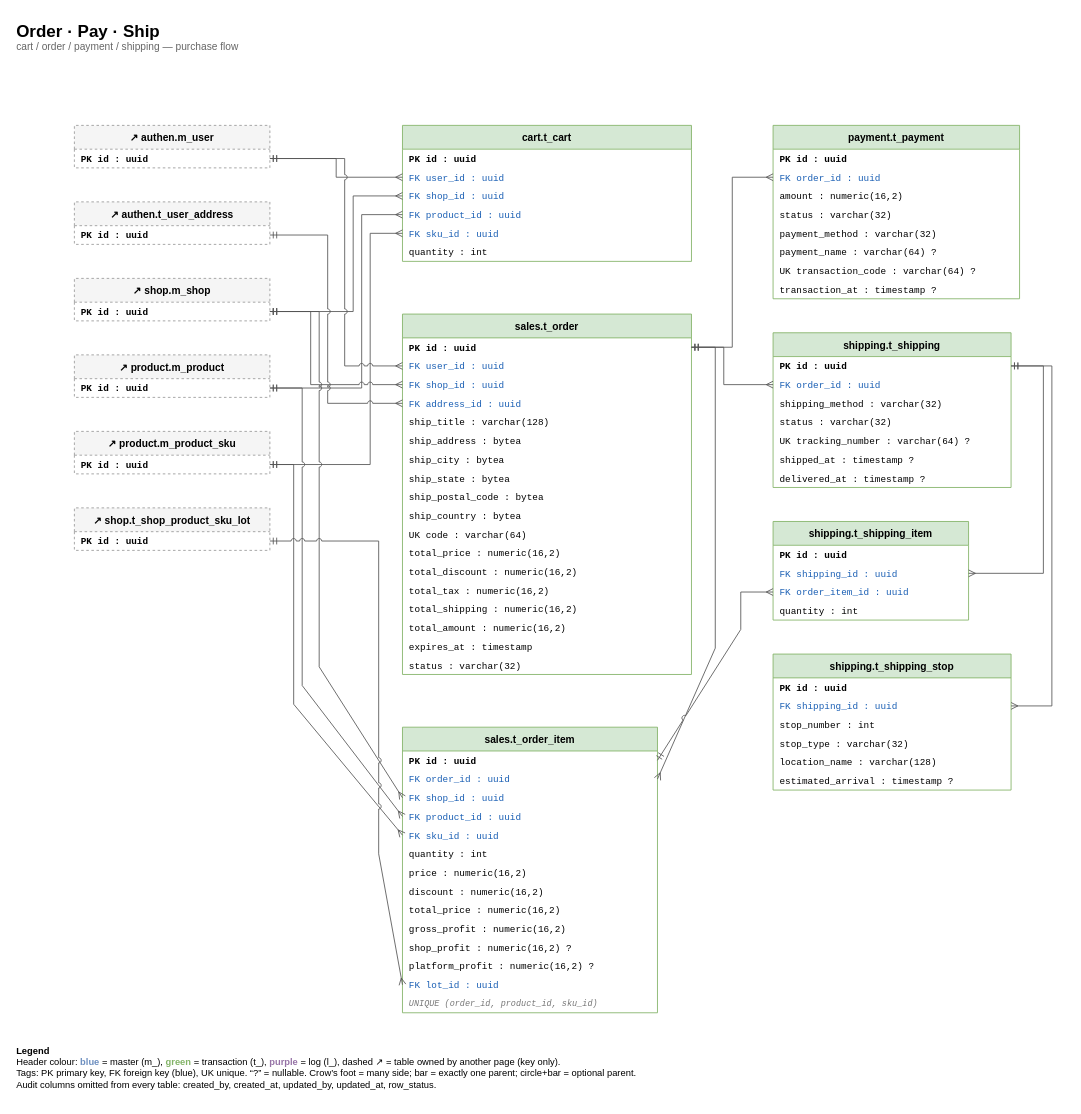
Earlier version of the draw.io diagram page "5 Order · Pay · Ship" (6 of 8) of e-commerce/db/er-diagram.drawio (ittikornsopawan/system-analysis-and-design). Source tidied: cells renumbered, new cells numbered last; positions are measured from the earlier drawing's top-left corner, leaving out a move shared by most shapes. Both pictures are drawn from the tidied source at 85%, with x=0, y=0 at pixel (14, 14).
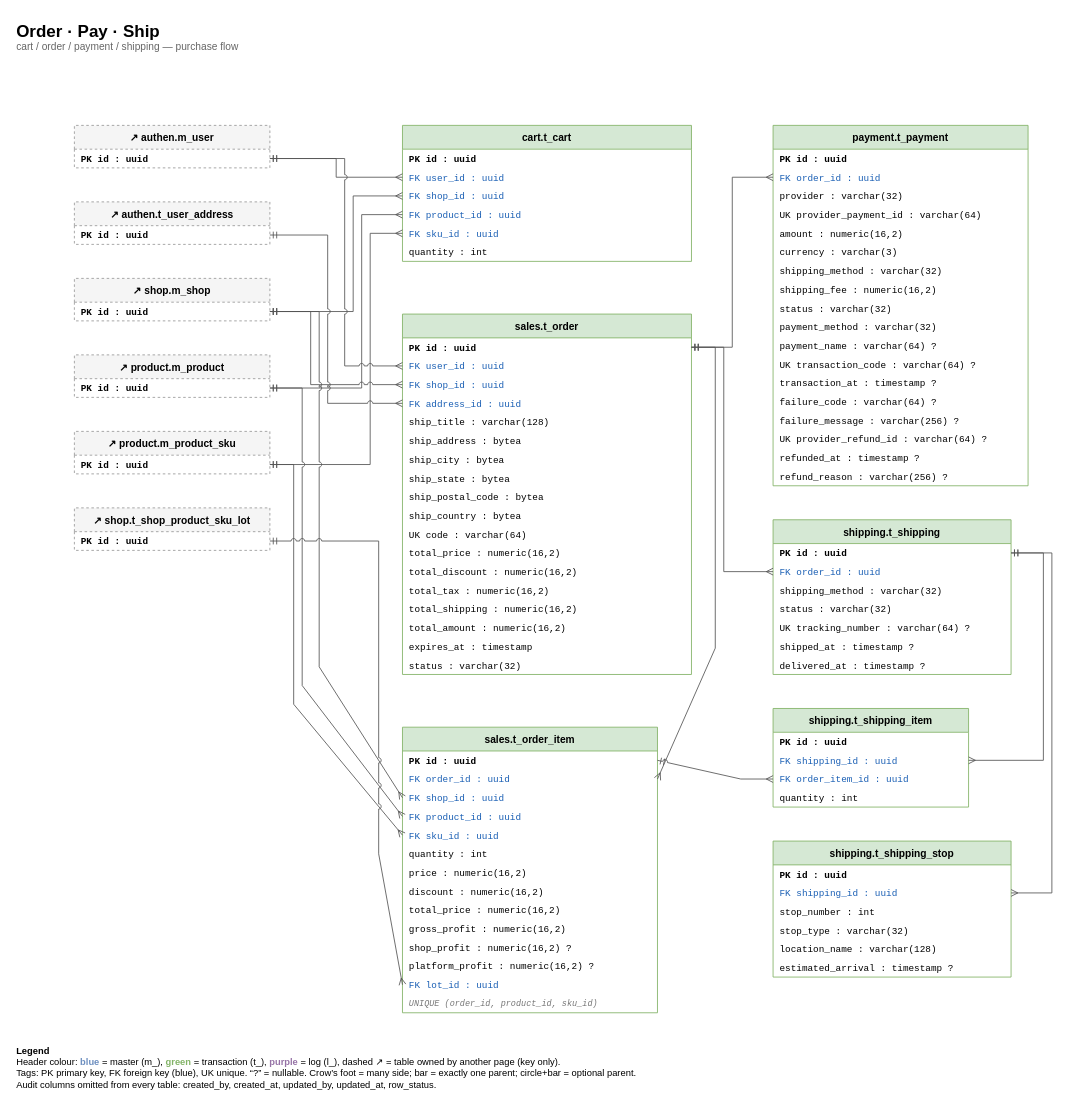
The same diagram, later.

The change refers to these unchanged cells:
```xml
<mxCell id="23" value="PK    id : uuid" style="text;html=0;strokeColor=none;fillColor=none;align=left;verticalAlign=middle;spacingLeft=6;spacingRight=4;overflow=hidden;whiteSpace=nowrap;fontFamily=Courier New;fontSize=11;fontStyle=1;" parent="22" vertex="1">
  <mxGeometry y="28" width="340" height="22" as="geometry" />
</mxCell>
<mxCell id="42" value="PK    id : uuid" style="text;html=0;strokeColor=none;fillColor=none;align=left;verticalAlign=middle;spacingLeft=6;spacingRight=4;overflow=hidden;whiteSpace=nowrap;fontFamily=Courier New;fontSize=11;fontStyle=1;" parent="41" vertex="1">
  <mxGeometry y="28" width="300" height="22" as="geometry" />
</mxCell>
<mxCell id="66" value="PK    id : uuid" style="text;html=0;strokeColor=none;fillColor=none;align=left;verticalAlign=middle;spacingLeft=6;spacingRight=4;overflow=hidden;whiteSpace=nowrap;fontFamily=Courier New;fontSize=11;fontStyle=1;" parent="65" vertex="1">
  <mxGeometry y="28" width="280" height="22" as="geometry" />
</mxCell>
<mxCell id="67" value="FK    order_id : uuid" style="text;html=0;strokeColor=none;fillColor=none;align=left;verticalAlign=middle;spacingLeft=6;spacingRight=4;overflow=hidden;whiteSpace=nowrap;fontFamily=Courier New;fontSize=11;fontColor=#1a5fb4;" parent="65" vertex="1">
  <mxGeometry y="50" width="280" height="22" as="geometry" />
</mxCell>
<mxCell id="75" value="FK    shipping_id : uuid" style="text;html=0;strokeColor=none;fillColor=none;align=left;verticalAlign=middle;spacingLeft=6;spacingRight=4;overflow=hidden;whiteSpace=nowrap;fontFamily=Courier New;fontSize=11;fontColor=#1a5fb4;" parent="73" vertex="1">
  <mxGeometry y="50" width="230" height="22" as="geometry" />
</mxCell>
<mxCell id="76" value="FK    order_item_id : uuid" style="text;html=0;strokeColor=none;fillColor=none;align=left;verticalAlign=middle;spacingLeft=6;spacingRight=4;overflow=hidden;whiteSpace=nowrap;fontFamily=Courier New;fontSize=11;fontColor=#1a5fb4;" parent="73" vertex="1">
  <mxGeometry y="72" width="230" height="22" as="geometry" />
</mxCell>
<mxCell id="80" value="FK    shipping_id : uuid" style="text;html=0;strokeColor=none;fillColor=none;align=left;verticalAlign=middle;spacingLeft=6;spacingRight=4;overflow=hidden;whiteSpace=nowrap;fontFamily=Courier New;fontSize=11;fontColor=#1a5fb4;" parent="78" vertex="1">
  <mxGeometry y="50" width="280" height="22" as="geometry" />
</mxCell>
```

What changed in the source:
```diff
@@
     <mxCell id="56" value="payment.t_payment" style="swimlane;fontStyle=1;horizontal=1;startSize=28;fillColor=#d5e8d4;strokeColor=#82b366;swimlaneFillColor=#ffffff;fontSize=12;" parent="1" vertex="1">
-      <mxGeometry x="892" y="130" width="290" height="204" as="geometry" />
+      <mxGeometry x="892" y="130" width="300" height="424" as="geometry" />
     </mxCell>
     <mxCell id="57" value="PK    id : uuid" style="text;html=0;strokeColor=none;fillColor=none;align=left;verticalAlign=middle;spacingLeft=6;spacingRight=4;overflow=hidden;whiteSpace=nowrap;fontFamily=Courier New;fontSize=11;fontStyle=1;" parent="56" vertex="1">
-      <mxGeometry y="28" width="290" height="22" as="geometry" />
+      <mxGeometry y="28" width="300" height="22" as="geometry" />
     </mxCell>
     <mxCell id="58" value="FK    order_id : uuid" style="text;html=0;strokeColor=none;fillColor=none;align=left;verticalAlign=middle;spacingLeft=6;spacingRight=4;overflow=hidden;whiteSpace=nowrap;fontFamily=Courier New;fontSize=11;fontColor=#1a5fb4;" parent="56" vertex="1">
-      <mxGeometry y="50" width="290" height="22" as="geometry" />
+      <mxGeometry y="50" width="300" height="22" as="geometry" />
     </mxCell>
+    <mxCell id="103" value="      provider : varchar(32)" style="text;html=0;strokeColor=none;fillColor=none;align=left;verticalAlign=middle;spacingLeft=6;spacingRight=4;overflow=hidden;whiteSpace=nowrap;fontFamily=Courier New;fontSize=11;" parent="56" vertex="1">
+      <mxGeometry y="72" width="300" height="22" as="geometry" />
+    </mxCell>
+    <mxCell id="104" value="UK    provider_payment_id : varchar(64)" style="text;html=0;strokeColor=none;fillColor=none;align=left;verticalAlign=middle;spacingLeft=6;spacingRight=4;overflow=hidden;whiteSpace=nowrap;fontFamily=Courier New;fontSize=11;" parent="56" vertex="1">
+      <mxGeometry y="94" width="300" height="22" as="geometry" />
+    </mxCell>
     <mxCell id="59" value="      amount : numeric(16,2)" style="text;html=0;strokeColor=none;fillColor=none;align=left;verticalAlign=middle;spacingLeft=6;spacingRight=4;overflow=hidden;whiteSpace=nowrap;fontFamily=Courier New;fontSize=11;" parent="56" vertex="1">
-      <mxGeometry y="72" width="290" height="22" as="geometry" />
+      <mxGeometry y="116" width="300" height="22" as="geometry" />
     </mxCell>
+    <mxCell id="105" value="      currency : varchar(3)" style="text;html=0;strokeColor=none;fillColor=none;align=left;verticalAlign=middle;spacingLeft=6;spacingRight=4;overflow=hidden;whiteSpace=nowrap;fontFamily=Courier New;fontSize=11;" parent="56" vertex="1">
+      <mxGeometry y="138" width="300" height="22" as="geometry" />
+    </mxCell>
+    <mxCell id="106" value="      shipping_method : varchar(32)" style="text;html=0;strokeColor=none;fillColor=none;align=left;verticalAlign=middle;spacingLeft=6;spacingRight=4;overflow=hidden;whiteSpace=nowrap;fontFamily=Courier New;fontSize=11;" parent="56" vertex="1">
+      <mxGeometry y="160" width="300" height="22" as="geometry" />
+    </mxCell>
+    <mxCell id="107" value="      shipping_fee : numeric(16,2)" style="text;html=0;strokeColor=none;fillColor=none;align=left;verticalAlign=middle;spacingLeft=6;spacingRight=4;overflow=hidden;whiteSpace=nowrap;fontFamily=Courier New;fontSize=11;" parent="56" vertex="1">
+      <mxGeometry y="182" width="300" height="22" as="geometry" />
+    </mxCell>
     <mxCell id="60" value="      status : varchar(32)" style="text;html=0;strokeColor=none;fillColor=none;align=left;verticalAlign=middle;spacingLeft=6;spacingRight=4;overflow=hidden;whiteSpace=nowrap;fontFamily=Courier New;fontSize=11;" parent="56" vertex="1">
-      <mxGeometry y="94" width="290" height="22" as="geometry" />
+      <mxGeometry y="204" width="300" height="22" as="geometry" />
     </mxCell>
     <mxCell id="61" value="      payment_method : varchar(32)" style="text;html=0;strokeColor=none;fillColor=none;align=left;verticalAlign=middle;spacingLeft=6;spacingRight=4;overflow=hidden;whiteSpace=nowrap;fontFamily=Courier New;fontSize=11;" parent="56" vertex="1">
-      <mxGeometry y="116" width="290" height="22" as="geometry" />
+      <mxGeometry y="226" width="300" height="22" as="geometry" />
     </mxCell>
     <mxCell id="62" value="      payment_name : varchar(64) ?" style="text;html=0;strokeColor=none;fillColor=none;align=left;verticalAlign=middle;spacingLeft=6;spacingRight=4;overflow=hidden;whiteSpace=nowrap;fontFamily=Courier New;fontSize=11;" parent="56" vertex="1">
-      <mxGeometry y="138" width="290" height="22" as="geometry" />
+      <mxGeometry y="248" width="300" height="22" as="geometry" />
     </mxCell>
     <mxCell id="63" value="UK    transaction_code : varchar(64) ?" style="text;html=0;strokeColor=none;fillColor=none;align=left;verticalAlign=middle;spacingLeft=6;spacingRight=4;overflow=hidden;whiteSpace=nowrap;fontFamily=Courier New;fontSize=11;" parent="56" vertex="1">
-      <mxGeometry y="160" width="290" height="22" as="geometry" />
+      <mxGeometry y="270" width="300" height="22" as="geometry" />
     </mxCell>
     <mxCell id="64" value="      transaction_at : timestamp ?" style="text;html=0;strokeColor=none;fillColor=none;align=left;verticalAlign=middle;spacingLeft=6;spacingRight=4;overflow=hidden;whiteSpace=nowrap;fontFamily=Courier New;fontSize=11;" parent="56" vertex="1">
-      <mxGeometry y="182" width="290" height="22" as="geometry" />
+      <mxGeometry y="292" width="300" height="22" as="geometry" />
     </mxCell>
+    <mxCell id="108" value="      failure_code : varchar(64) ?" style="text;html=0;strokeColor=none;fillColor=none;align=left;verticalAlign=middle;spacingLeft=6;spacingRight=4;overflow=hidden;whiteSpace=nowrap;fontFamily=Courier New;fontSize=11;" parent="56" vertex="1">
+      <mxGeometry y="314" width="300" height="22" as="geometry" />
+    </mxCell>
+    <mxCell id="109" value="      failure_message : varchar(256) ?" style="text;html=0;strokeColor=none;fillColor=none;align=left;verticalAlign=middle;spacingLeft=6;spacingRight=4;overflow=hidden;whiteSpace=nowrap;fontFamily=Courier New;fontSize=11;" parent="56" vertex="1">
+      <mxGeometry y="336" width="300" height="22" as="geometry" />
+    </mxCell>
+    <mxCell id="110" value="UK    provider_refund_id : varchar(64) ?" style="text;html=0;strokeColor=none;fillColor=none;align=left;verticalAlign=middle;spacingLeft=6;spacingRight=4;overflow=hidden;whiteSpace=nowrap;fontFamily=Courier New;fontSize=11;" parent="56" vertex="1">
+      <mxGeometry y="358" width="300" height="22" as="geometry" />
+    </mxCell>
+    <mxCell id="111" value="      refunded_at : timestamp ?" style="text;html=0;strokeColor=none;fillColor=none;align=left;verticalAlign=middle;spacingLeft=6;spacingRight=4;overflow=hidden;whiteSpace=nowrap;fontFamily=Courier New;fontSize=11;" parent="56" vertex="1">
+      <mxGeometry y="380" width="300" height="22" as="geometry" />
+    </mxCell>
+    <mxCell id="112" value="      refund_reason : varchar(256) ?" style="text;html=0;strokeColor=none;fillColor=none;align=left;verticalAlign=middle;spacingLeft=6;spacingRight=4;overflow=hidden;whiteSpace=nowrap;fontFamily=Courier New;fontSize=11;" parent="56" vertex="1">
+      <mxGeometry y="402" width="300" height="22" as="geometry" />
+    </mxCell>
     <mxCell id="65" value="shipping.t_shipping" style="swimlane;fontStyle=1;horizontal=1;startSize=28;fillColor=#d5e8d4;strokeColor=#82b366;swimlaneFillColor=#ffffff;fontSize=12;" parent="1" vertex="1">
-      <mxGeometry x="892" y="374" width="280" height="182" as="geometry" />
+      <mxGeometry x="892" y="594" width="280" height="182" as="geometry" />
     </mxCell>
@@
     <mxCell id="73" value="shipping.t_shipping_item" style="swimlane;fontStyle=1;horizontal=1;startSize=28;fillColor=#d5e8d4;strokeColor=#82b366;swimlaneFillColor=#ffffff;fontSize=12;" parent="1" vertex="1">
-      <mxGeometry x="892" y="596" width="230" height="116" as="geometry" />
+      <mxGeometry x="892" y="816" width="230" height="116" as="geometry" />
     </mxCell>
@@
     <mxCell id="78" value="shipping.t_shipping_stop" style="swimlane;fontStyle=1;horizontal=1;startSize=28;fillColor=#d5e8d4;strokeColor=#82b366;swimlaneFillColor=#ffffff;fontSize=12;" parent="1" vertex="1">
-      <mxGeometry x="892" y="752" width="280" height="160" as="geometry" />
+      <mxGeometry x="892" y="972" width="280" height="160" as="geometry" />
     </mxCell>
@@
     <mxCell id="97" style="html=1;rounded=0;jumpStyle=arc;jumpSize=6;startArrow=ERmany;startFill=0;endArrow=ERmandOne;endFill=0;strokeColor=#555555;exitX=0;exitY=0.5;exitDx=0;exitDy=0;entryX=1;entryY=0.5;entryDx=0;entryDy=0;" parent="1" edge="1" source="67" target="23">
       <mxGeometry relative="1" as="geometry">
         <Array as="points">
-          <mxPoint x="834" y="435" />
+          <mxPoint x="834" y="655" />
           <mxPoint x="834" y="391" />
         </Array>
       </mxGeometry>
     </mxCell>
     <mxCell id="98" style="html=1;rounded=0;jumpStyle=arc;jumpSize=6;startArrow=ERmany;startFill=0;endArrow=ERmandOne;endFill=0;strokeColor=#555555;exitX=1;exitY=0.5;exitDx=0;exitDy=0;entryX=1;entryY=0.5;entryDx=0;entryDy=0;" parent="1" edge="1" source="75" target="66">
       <mxGeometry relative="1" as="geometry">
         <Array as="points">
-          <mxPoint x="1210" y="657" />
-          <mxPoint x="1210" y="413" />
+          <mxPoint x="1210" y="877" />
+          <mxPoint x="1210" y="633" />
         </Array>
       </mxGeometry>
     </mxCell>
     <mxCell id="99" style="html=1;rounded=0;jumpStyle=arc;jumpSize=6;startArrow=ERmany;startFill=0;endArrow=ERmandOne;endFill=0;strokeColor=#555555;exitX=0;exitY=0.5;exitDx=0;exitDy=0;entryX=1;entryY=0.5;entryDx=0;entryDy=0;" parent="1" edge="1" source="76" target="42">
       <mxGeometry relative="1" as="geometry">
         <Array as="points">
-          <mxPoint x="854" y="679" />
-          <mxPoint x="854" y="723" />
+          <mxPoint x="854" y="899" />
+          <mxPoint x="854" y="899" />
         </Array>
       </mxGeometry>
     </mxCell>
     <mxCell id="100" style="html=1;rounded=0;jumpStyle=arc;jumpSize=6;startArrow=ERmany;startFill=0;endArrow=ERmandOne;endFill=0;strokeColor=#555555;exitX=1;exitY=0.5;exitDx=0;exitDy=0;entryX=1;entryY=0.5;entryDx=0;entryDy=0;" parent="1" edge="1" source="80" target="66">
       <mxGeometry relative="1" as="geometry">
         <Array as="points">
-          <mxPoint x="1220" y="813" />
-          <mxPoint x="1220" y="413" />
+          <mxPoint x="1220" y="1033" />
+          <mxPoint x="1220" y="633" />
         </Array>
       </mxGeometry>
     </mxCell>
```
